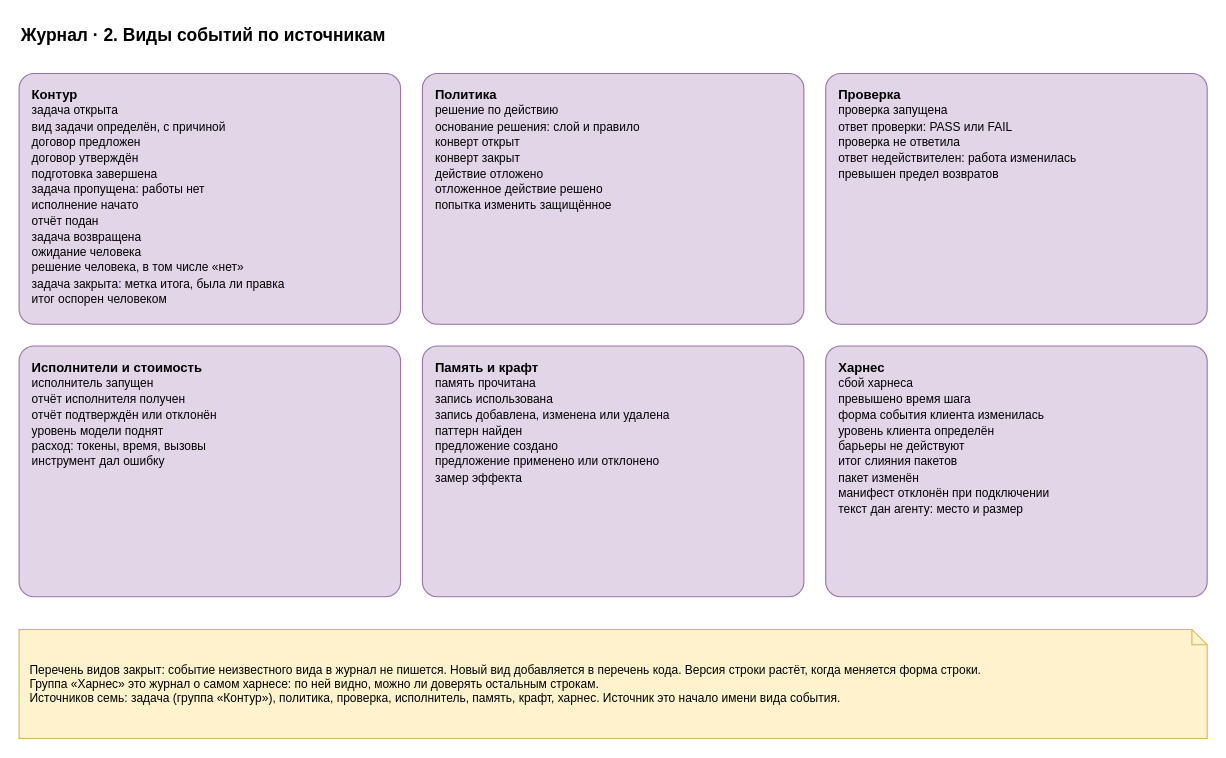
This is page "2. Виды событий" (2 of 6) of docs/spec/harness-journal.drawio from roygkov/reins, a draw.io file, before an edit. Source tidied: cells renumbered, new cells numbered last; positions are measured from the earlier drawing's top-left corner, leaving out a move shared by most shapes. Both pictures are drawn from the tidied source at 109%, with x=0, y=0 at pixel (19, 19).
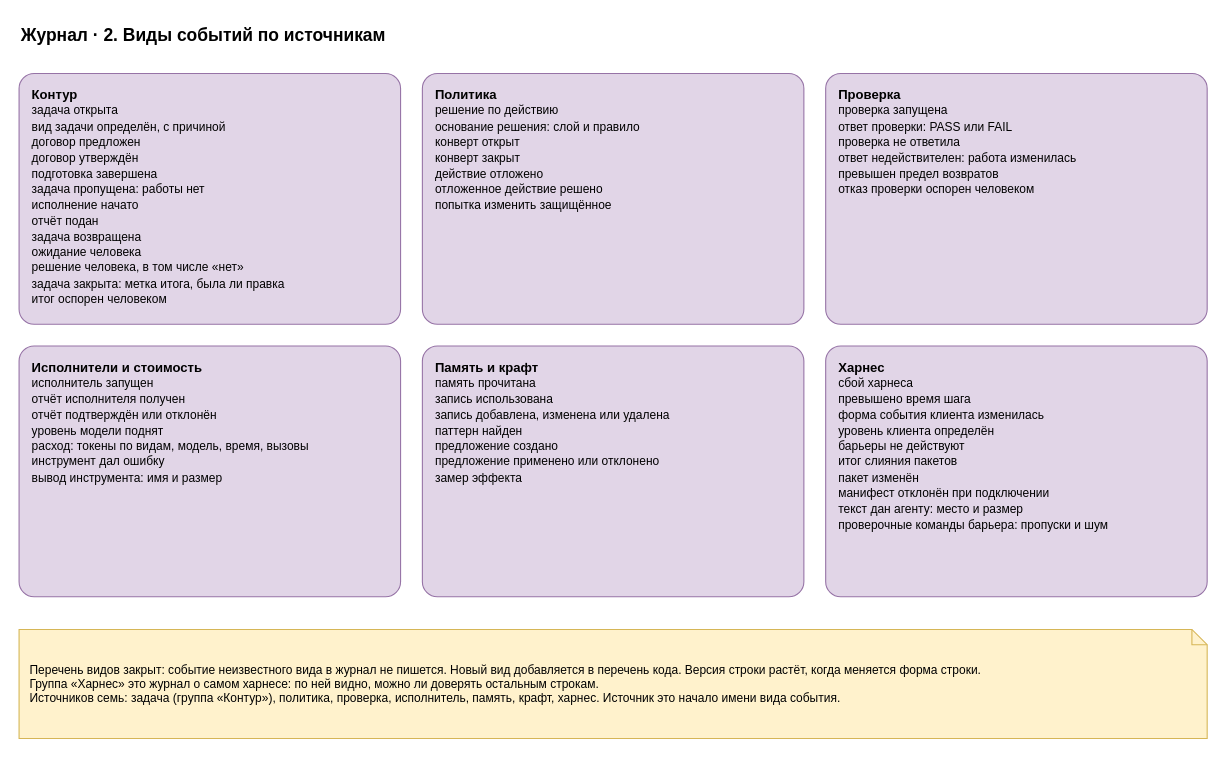
Above is the later version.

Change to the diagram source:
```diff
@@
 <mxGraphModel>
   <root>
     <mxCell id="0" />
     <mxCell id="1" parent="0" />
     <mxCell id="2" value="Журнал · 2. Виды событий по источникам" style="text;html=1;align=left;verticalAlign=middle;whiteSpace=wrap;fontSize=16;strokeColor=none;fillColor=none;fontStyle=1;" parent="1" vertex="1">
       <mxGeometry width="900" height="30" as="geometry" />
     </mxCell>
     <mxCell id="3" value="&lt;b&gt;Контур&lt;/b&gt;&lt;br&gt;&lt;font style=&quot;font-size:11px&quot;&gt;задача открыта&lt;br&gt;вид задачи определён, с причиной&lt;br&gt;договор предложен&lt;br&gt;договор утверждён&lt;br&gt;подготовка завершена&lt;br&gt;задача пропущена: работы нет&lt;br&gt;исполнение начато&lt;br&gt;отчёт подан&lt;br&gt;задача возвращена&lt;br&gt;ожидание человека&lt;br&gt;решение человека, в том числе «нет»&lt;br&gt;задача закрыта: метка итога, была ли правка&lt;br&gt;итог оспорен человеком&lt;/font&gt;" style="rounded=1;whiteSpace=wrap;html=1;fillColor=#e1d5e7;strokeColor=#9673a6;arcSize=6;align=left;verticalAlign=top;spacingLeft=10;spacingTop=6;spacingRight=6;" parent="1" vertex="1">
       <mxGeometry y="50" width="350" height="230" as="geometry" />
     </mxCell>
     <mxCell id="4" value="&lt;b&gt;Политика&lt;/b&gt;&lt;br&gt;&lt;font style=&quot;font-size:11px&quot;&gt;решение по действию&lt;br&gt;основание решения: слой и правило&lt;br&gt;конверт открыт&lt;br&gt;конверт закрыт&lt;br&gt;действие отложено&lt;br&gt;отложенное действие решено&lt;br&gt;попытка изменить защищённое&lt;/font&gt;" style="rounded=1;whiteSpace=wrap;html=1;fillColor=#e1d5e7;strokeColor=#9673a6;arcSize=6;align=left;verticalAlign=top;spacingLeft=10;spacingTop=6;spacingRight=6;" parent="1" vertex="1">
       <mxGeometry x="370" y="50" width="350" height="230" as="geometry" />
     </mxCell>
-    <mxCell id="5" value="&lt;b&gt;Проверка&lt;/b&gt;&lt;br&gt;&lt;font style=&quot;font-size:11px&quot;&gt;проверка запущена&lt;br&gt;ответ проверки: PASS или FAIL&lt;br&gt;проверка не ответила&lt;br&gt;ответ недействителен: работа изменилась&lt;br&gt;превышен предел возвратов&lt;/font&gt;" style="rounded=1;whiteSpace=wrap;html=1;fillColor=#e1d5e7;strokeColor=#9673a6;arcSize=6;align=left;verticalAlign=top;spacingLeft=10;spacingTop=6;spacingRight=6;" parent="1" vertex="1">
+    <mxCell id="5" value="&lt;b&gt;Проверка&lt;/b&gt;&lt;br&gt;&lt;font style=&quot;font-size:11px&quot;&gt;проверка запущена&lt;br&gt;ответ проверки: PASS или FAIL&lt;br&gt;проверка не ответила&lt;br&gt;ответ недействителен: работа изменилась&lt;br&gt;превышен предел возвратов&lt;br&gt;отказ проверки оспорен человеком&lt;/font&gt;" style="rounded=1;whiteSpace=wrap;html=1;fillColor=#e1d5e7;strokeColor=#9673a6;arcSize=6;align=left;verticalAlign=top;spacingLeft=10;spacingTop=6;spacingRight=6;" parent="1" vertex="1">
       <mxGeometry x="740" y="50" width="350" height="230" as="geometry" />
     </mxCell>
-    <mxCell id="6" value="&lt;b&gt;Исполнители и стоимость&lt;/b&gt;&lt;br&gt;&lt;font style=&quot;font-size:11px&quot;&gt;исполнитель запущен&lt;br&gt;отчёт исполнителя получен&lt;br&gt;отчёт подтверждён или отклонён&lt;br&gt;уровень модели поднят&lt;br&gt;расход: токены, время, вызовы&lt;br&gt;инструмент дал ошибку&lt;/font&gt;" style="rounded=1;whiteSpace=wrap;html=1;fillColor=#e1d5e7;strokeColor=#9673a6;arcSize=6;align=left;verticalAlign=top;spacingLeft=10;spacingTop=6;spacingRight=6;" parent="1" vertex="1">
+    <mxCell id="6" value="&lt;b&gt;Исполнители и стоимость&lt;/b&gt;&lt;br&gt;&lt;font style=&quot;font-size:11px&quot;&gt;исполнитель запущен&lt;br&gt;отчёт исполнителя получен&lt;br&gt;отчёт подтверждён или отклонён&lt;br&gt;уровень модели поднят&lt;br&gt;расход: токены по видам, модель, время, вызовы&lt;br&gt;инструмент дал ошибку&lt;br&gt;вывод инструмента: имя и размер&lt;/font&gt;" style="rounded=1;whiteSpace=wrap;html=1;fillColor=#e1d5e7;strokeColor=#9673a6;arcSize=6;align=left;verticalAlign=top;spacingLeft=10;spacingTop=6;spacingRight=6;" parent="1" vertex="1">
       <mxGeometry y="300" width="350" height="230" as="geometry" />
     </mxCell>
     <mxCell id="7" value="&lt;b&gt;Память и крафт&lt;/b&gt;&lt;br&gt;&lt;font style=&quot;font-size:11px&quot;&gt;память прочитана&lt;br&gt;запись использована&lt;br&gt;запись добавлена, изменена или удалена&lt;br&gt;паттерн найден&lt;br&gt;предложение создано&lt;br&gt;предложение применено или отклонено&lt;br&gt;замер эффекта&lt;/font&gt;" style="rounded=1;whiteSpace=wrap;html=1;fillColor=#e1d5e7;strokeColor=#9673a6;arcSize=6;align=left;verticalAlign=top;spacingLeft=10;spacingTop=6;spacingRight=6;" parent="1" vertex="1">
       <mxGeometry x="370" y="300" width="350" height="230" as="geometry" />
     </mxCell>
-    <mxCell id="8" value="&lt;b&gt;Харнес&lt;/b&gt;&lt;br&gt;&lt;font style=&quot;font-size:11px&quot;&gt;сбой харнеса&lt;br&gt;превышено время шага&lt;br&gt;форма события клиента изменилась&lt;br&gt;уровень клиента определён&lt;br&gt;барьеры не действуют&lt;br&gt;итог слияния пакетов&lt;br&gt;пакет изменён&lt;br&gt;манифест отклонён при подключении&lt;br&gt;текст дан агенту: место и размер&lt;/font&gt;" style="rounded=1;whiteSpace=wrap;html=1;fillColor=#e1d5e7;strokeColor=#9673a6;arcSize=6;align=left;verticalAlign=top;spacingLeft=10;spacingTop=6;spacingRight=6;" parent="1" vertex="1">
+    <mxCell id="8" value="&lt;b&gt;Харнес&lt;/b&gt;&lt;br&gt;&lt;font style=&quot;font-size:11px&quot;&gt;сбой харнеса&lt;br&gt;превышено время шага&lt;br&gt;форма события клиента изменилась&lt;br&gt;уровень клиента определён&lt;br&gt;барьеры не действуют&lt;br&gt;итог слияния пакетов&lt;br&gt;пакет изменён&lt;br&gt;манифест отклонён при подключении&lt;br&gt;текст дан агенту: место и размер&lt;br&gt;проверочные команды барьера: пропуски и шум&lt;/font&gt;" style="rounded=1;whiteSpace=wrap;html=1;fillColor=#e1d5e7;strokeColor=#9673a6;arcSize=6;align=left;verticalAlign=top;spacingLeft=10;spacingTop=6;spacingRight=6;" parent="1" vertex="1">
       <mxGeometry x="740" y="300" width="350" height="230" as="geometry" />
     </mxCell>
     <mxCell id="9" value="Перечень видов закрыт: событие неизвестного вида в журнал не пишется. Новый вид добавляется в перечень кода. Версия строки растёт, когда меняется форма строки.&lt;br&gt;Группа «Харнес» это журнал о самом харнесе: по ней видно, можно ли доверять остальным строкам.&lt;br&gt;Источников семь: задача (группа «Контур»), политика, проверка, исполнитель, память, крафт, харнес. Источник это начало имени вида события." style="shape=note;whiteSpace=wrap;html=1;backgroundOutline=1;size=14;fillColor=#fff2cc;strokeColor=#d6b656;align=left;spacingLeft=8;spacingRight=8;fontSize=11;" parent="1" vertex="1">
       <mxGeometry y="560" width="1090" height="100" as="geometry" />
     </mxCell>
   </root>
 </mxGraphModel>
```
